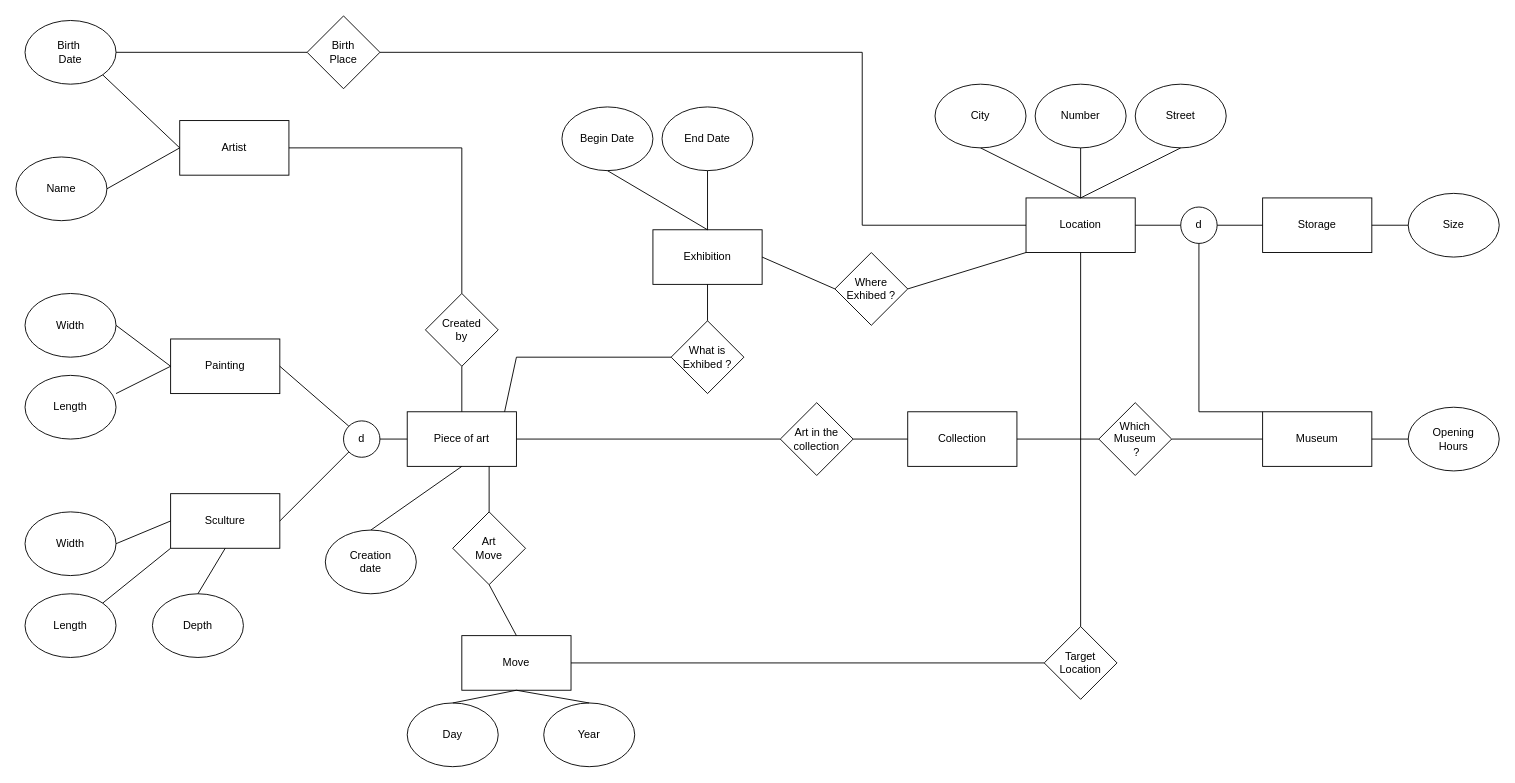
The draw.io diagram q1/erchen-p1.drawio in Arthur-Gallez/db-p1, before the edit. Source tidied: cells renumbered, new cells numbered last; positions are measured from the earlier drawing's top-left corner, leaving out a move shared by most shapes. Both pictures are drawn from the tidied source at 91%, with x=0, y=0 at pixel (15, 15).
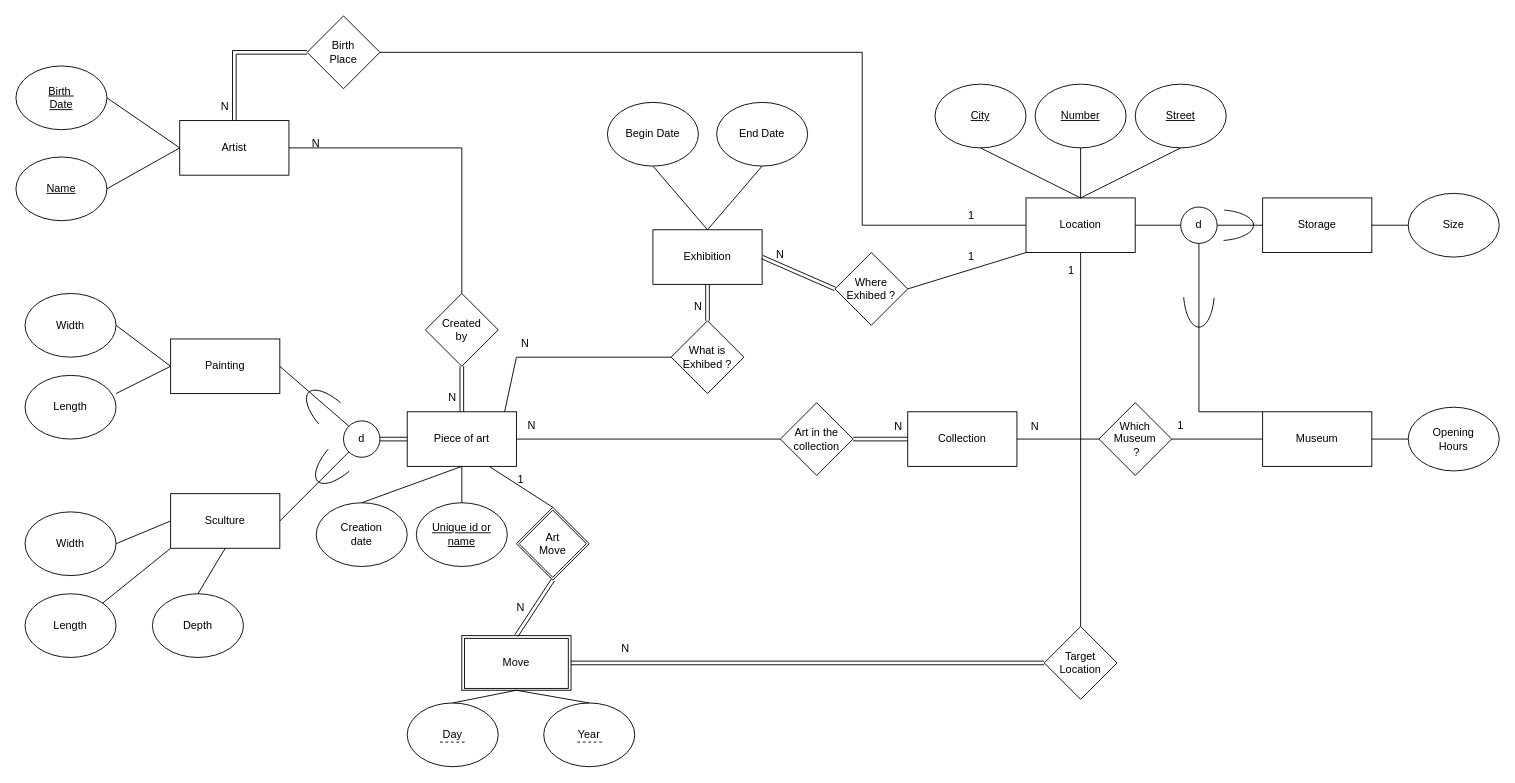
The same diagram, later.

Commit message:
Mettre à jour erchen-p1.drawio

Unchanged cells that the change refers to:
```xml
<mxCell id="2" value="Artist" style="rounded=0;whiteSpace=wrap;html=1;" parent="1" vertex="1">
  <mxGeometry x="180" y="115" width="120" height="60" as="geometry" />
</mxCell>
<mxCell id="3" value="&lt;div&gt;Piece of art&lt;/div&gt;" style="rounded=0;whiteSpace=wrap;html=1;" parent="1" vertex="1">
  <mxGeometry x="430" y="435" width="120" height="60" as="geometry" />
</mxCell>
<mxCell id="6" value="Move" style="rounded=0;whiteSpace=wrap;html=1;" parent="1" vertex="1">
  <mxGeometry x="490" y="681" width="120" height="60" as="geometry" />
</mxCell>
<mxCell id="8" value="Exhibition" style="rounded=0;whiteSpace=wrap;html=1;" parent="1" vertex="1">
  <mxGeometry x="700" y="235" width="120" height="60" as="geometry" />
</mxCell>
<mxCell id="9" value="Collection" style="rounded=0;whiteSpace=wrap;html=1;" parent="1" vertex="1">
  <mxGeometry x="980" y="435" width="120" height="60" as="geometry" />
</mxCell>
<mxCell id="13" value="&lt;div&gt;Birth&lt;/div&gt;&lt;div&gt;Place&lt;br&gt;&lt;/div&gt;" style="rhombus;whiteSpace=wrap;html=1;" parent="1" vertex="1">
  <mxGeometry x="320" width="80" height="80" as="geometry" />
</mxCell>
<mxCell id="33" value="d" style="ellipse;whiteSpace=wrap;html=1;" parent="1" vertex="1">
  <mxGeometry x="360" y="445" width="40" height="40" as="geometry" />
</mxCell>
<mxCell id="41" value="Target Location" style="rhombus;whiteSpace=wrap;html=1;" parent="1" vertex="1">
  <mxGeometry x="1130" y="671" width="80" height="80" as="geometry" />
</mxCell>
<mxCell id="43" value="&lt;div&gt;Created&lt;/div&gt;&lt;div&gt;by&lt;br&gt;&lt;/div&gt;" style="rhombus;whiteSpace=wrap;html=1;" parent="1" vertex="1">
  <mxGeometry x="450" y="305" width="80" height="80" as="geometry" />
</mxCell>
<mxCell id="62" value="Art in the collection" style="rhombus;whiteSpace=wrap;html=1;" parent="1" vertex="1">
  <mxGeometry x="840" y="425" width="80" height="80" as="geometry" />
</mxCell>
<mxCell id="72" value="&lt;div&gt;What is &lt;br&gt;&lt;/div&gt;&lt;div&gt;Exhibed ?&lt;br&gt;&lt;/div&gt;" style="rhombus;whiteSpace=wrap;html=1;" parent="1" vertex="1">
  <mxGeometry x="720" y="335" width="80" height="80" as="geometry" />
</mxCell>
<mxCell id="75" value="&lt;div&gt;Where&lt;/div&gt;&lt;div&gt;Exhibed ?&lt;br&gt;&lt;/div&gt;" style="rhombus;whiteSpace=wrap;html=1;" parent="1" vertex="1">
  <mxGeometry x="900" y="260" width="80" height="80" as="geometry" />
</mxCell>
```

The edit, as a diff of the source:
```diff
@@
-    <mxCell id="12" value="&lt;div&gt;Birth&amp;nbsp;&lt;/div&gt;&lt;div&gt;Date&lt;/div&gt;" style="ellipse;whiteSpace=wrap;html=1;" parent="1" vertex="1">
-      <mxGeometry x="10" y="5" width="100" height="70" as="geometry" />
+    <mxCell id="12" value="&lt;div&gt;Birth&amp;nbsp;&lt;/div&gt;&lt;div&gt;Date&lt;/div&gt;" style="ellipse;whiteSpace=wrap;html=1;fontStyle=4;" parent="1" vertex="1">
+      <mxGeometry y="55" width="100" height="70" as="geometry" />
     </mxCell>
@@
-    <mxCell id="14" value="Name" style="ellipse;whiteSpace=wrap;html=1;" parent="1" vertex="1">
+    <mxCell id="14" value="Name" style="ellipse;whiteSpace=wrap;html=1;fontStyle=4;" parent="1" vertex="1">
       <mxGeometry y="155" width="100" height="70" as="geometry" />
     </mxCell>
-    <mxCell id="15" value="City" style="ellipse;whiteSpace=wrap;html=1;" parent="1" vertex="1">
+    <mxCell id="15" value="City" style="ellipse;whiteSpace=wrap;html=1;fontStyle=4;" parent="1" vertex="1">
       <mxGeometry x="1010" y="75" width="100" height="70" as="geometry" />
     </mxCell>
-    <mxCell id="16" value="Number" style="ellipse;whiteSpace=wrap;html=1;" parent="1" vertex="1">
+    <mxCell id="16" value="Number" style="ellipse;whiteSpace=wrap;html=1;fontStyle=4;" parent="1" vertex="1">
       <mxGeometry x="1120" y="75" width="100" height="70" as="geometry" />
     </mxCell>
-    <mxCell id="17" value="Street" style="ellipse;whiteSpace=wrap;html=1;" parent="1" vertex="1">
+    <mxCell id="17" value="Street" style="ellipse;whiteSpace=wrap;html=1;fontStyle=4;" parent="1" vertex="1">
       <mxGeometry x="1230" y="75" width="100" height="70" as="geometry" />
     </mxCell>
@@
-    <mxCell id="23" style="endArrow=none;html=1;rounded=0;exitX=0;exitY=0.5;exitDx=0;exitDy=0;entryX=1;entryY=1;entryDx=0;entryDy=0;" parent="1" edge="1" source="2" target="12">
+    <mxCell id="23" style="endArrow=none;html=1;rounded=0;exitX=0;exitY=0.5;exitDx=0;exitDy=0;entryX=1;entryY=0.5;entryDx=0;entryDy=0;" parent="1" edge="1" source="2" target="12">
       <mxGeometry relative="1" as="geometry" />
     </mxCell>
@@
-    <mxCell id="34" style="endArrow=none;html=1;rounded=0;entryX=0;entryY=0.5;entryDx=0;entryDy=0;exitX=1;exitY=0.5;exitDx=0;exitDy=0;" parent="1" edge="1" source="33" target="3">
+    <mxCell id="34" style="endArrow=none;html=1;rounded=0;entryX=0;entryY=0.5;entryDx=0;entryDy=0;exitX=1;exitY=0.5;exitDx=0;exitDy=0;shape=link;" parent="1" edge="1" source="33" target="3">
       <mxGeometry relative="1" as="geometry" />
     </mxCell>
@@
-    <mxCell id="37" style="endArrow=none;html=1;rounded=0;exitX=1;exitY=0.5;exitDx=0;exitDy=0;entryX=0;entryY=0.5;entryDx=0;entryDy=0;" parent="1" edge="1" source="12" target="13">
-      <mxGeometry relative="1" as="geometry" />
+    <mxCell id="37" style="endArrow=none;html=1;rounded=0;exitX=0.5;exitY=0;exitDx=0;exitDy=0;entryX=0;entryY=0.5;entryDx=0;entryDy=0;shape=link;" parent="1" edge="1" source="2" target="13">
+      <mxGeometry relative="1" as="geometry">
+        <Array as="points">
+          <mxPoint x="240" y="40" />
+        </Array>
+      </mxGeometry>
     </mxCell>
     <mxCell id="38" value="&lt;div&gt;Art&lt;/div&gt;&lt;div&gt;Move&lt;br&gt;&lt;/div&gt;" style="rhombus;whiteSpace=wrap;html=1;" parent="1" vertex="1">
-      <mxGeometry x="480" y="545" width="80" height="80" as="geometry" />
+      <mxGeometry x="550" y="540" width="80" height="80" as="geometry" />
     </mxCell>
@@
-    <mxCell id="40" style="endArrow=none;html=1;rounded=0;exitX=0.5;exitY=0;exitDx=0;exitDy=0;entryX=0.5;entryY=1;entryDx=0;entryDy=0;" parent="1" edge="1" source="6" target="38">
+    <mxCell id="40" style="endArrow=none;html=1;rounded=0;exitX=0.5;exitY=0;exitDx=0;exitDy=0;entryX=0.5;entryY=1;entryDx=0;entryDy=0;shape=link;" parent="1" edge="1" source="6" target="38">
       <mxGeometry relative="1" as="geometry" />
     </mxCell>
@@
-    <mxCell id="42" style="endArrow=none;html=1;rounded=0;exitX=1;exitY=0.5;exitDx=0;exitDy=0;entryX=0;entryY=0.5;entryDx=0;entryDy=0;" parent="1" edge="1" source="6" target="41">
+    <mxCell id="42" style="endArrow=none;html=1;rounded=0;exitX=1;exitY=0.5;exitDx=0;exitDy=0;entryX=0;entryY=0.5;entryDx=0;entryDy=0;shape=link;" parent="1" edge="1" source="6" target="41">
       <mxGeometry relative="1" as="geometry" />
     </mxCell>
@@
-    <mxCell id="45" style="endArrow=none;html=1;rounded=0;entryX=0.5;entryY=1;entryDx=0;entryDy=0;exitX=0.5;exitY=0;exitDx=0;exitDy=0;" parent="1" edge="1" source="3" target="43">
+    <mxCell id="45" style="endArrow=none;html=1;rounded=0;entryX=0.5;entryY=1;entryDx=0;entryDy=0;exitX=0.5;exitY=0;exitDx=0;exitDy=0;shape=link;" parent="1" edge="1" source="3" target="43">
       <mxGeometry relative="1" as="geometry" />
     </mxCell>
@@
     <mxCell id="48" value="&lt;div&gt;Creation&lt;/div&gt;&lt;div&gt;date&lt;br&gt;&lt;/div&gt;" style="ellipse;whiteSpace=wrap;html=1;" parent="1" vertex="1">
-      <mxGeometry x="340" y="565" width="100" height="70" as="geometry" />
+      <mxGeometry x="330" y="535" width="100" height="70" as="geometry" />
     </mxCell>
@@
-    <mxCell id="63" style="endArrow=none;html=1;rounded=0;exitX=0;exitY=0.5;exitDx=0;exitDy=0;entryX=1;entryY=0.5;entryDx=0;entryDy=0;" parent="1" edge="1" source="9" target="62">
+    <mxCell id="63" style="endArrow=none;html=1;rounded=0;exitX=0;exitY=0.5;exitDx=0;exitDy=0;entryX=1;entryY=0.5;entryDx=0;entryDy=0;shape=link;" parent="1" edge="1" source="9" target="62">
       <mxGeometry relative="1" as="geometry" />
     </mxCell>
@@
     <mxCell id="68" value="Begin Date" style="ellipse;whiteSpace=wrap;html=1;" parent="1" vertex="1">
-      <mxGeometry x="600" y="100" width="100" height="70" as="geometry" />
+      <mxGeometry x="650" y="95" width="100" height="70" as="geometry" />
     </mxCell>
     <mxCell id="69" value="End Date" style="ellipse;whiteSpace=wrap;html=1;" parent="1" vertex="1">
-      <mxGeometry x="710" y="100" width="100" height="70" as="geometry" />
+      <mxGeometry x="770" y="95" width="100" height="70" as="geometry" />
     </mxCell>
@@
-    <mxCell id="73" style="endArrow=none;html=1;rounded=0;exitX=0.5;exitY=0;exitDx=0;exitDy=0;entryX=0.5;entryY=1;entryDx=0;entryDy=0;" parent="1" edge="1" source="72" target="8">
+    <mxCell id="73" style="endArrow=none;html=1;rounded=0;exitX=0.5;exitY=0;exitDx=0;exitDy=0;entryX=0.5;entryY=1;entryDx=0;entryDy=0;shape=link;" parent="1" edge="1" source="72" target="8">
       <mxGeometry relative="1" as="geometry" />
     </mxCell>
@@
-    <mxCell id="76" style="endArrow=none;html=1;rounded=0;entryX=0;entryY=0.5;entryDx=0;entryDy=0;exitX=1;exitY=0.5;exitDx=0;exitDy=0;" parent="1" edge="1" source="8" target="75">
+    <mxCell id="76" style="endArrow=none;html=1;rounded=0;entryX=0;entryY=0.5;entryDx=0;entryDy=0;exitX=1;exitY=0.5;exitDx=0;exitDy=0;shape=link;" parent="1" edge="1" source="8" target="75">
       <mxGeometry relative="1" as="geometry" />
     </mxCell>
@@
+    <mxCell id="78" style="verticalLabelPosition=bottom;verticalAlign=top;html=1;shape=mxgraph.basic.arc;startAngle=0.5314164790945005;endAngle=0.9716556285507453;rotation=-90;" parent="1" vertex="1">
+      <mxGeometry x="1260" y="285" width="80" height="34" as="geometry" />
+    </mxCell>
+    <mxCell id="79" style="verticalLabelPosition=bottom;verticalAlign=top;html=1;shape=mxgraph.basic.arc;startAngle=0.5314164790945005;endAngle=0.9716556285507453;rotation=-180;" parent="1" vertex="1">
+      <mxGeometry x="1280" y="213" width="80" height="34" as="geometry" />
+    </mxCell>
+    <mxCell id="80" style="verticalLabelPosition=bottom;verticalAlign=top;html=1;shape=mxgraph.basic.arc;startAngle=0.5314164790945005;endAngle=0.9716556285507453;rotation=45;" parent="1" vertex="1">
+      <mxGeometry x="310" y="425" width="80" height="34" as="geometry" />
+    </mxCell>
+    <mxCell id="81" style="verticalLabelPosition=bottom;verticalAlign=top;html=1;shape=mxgraph.basic.arc;startAngle=0.5314164790945005;endAngle=0.9716556285507453;rotation=-45;" parent="1" vertex="1">
+      <mxGeometry x="320" y="466" width="80" height="34" as="geometry" />
+    </mxCell>
+    <mxCell id="82" style="rounded=0;whiteSpace=wrap;html=1;fillColor=none;" parent="1" vertex="1">
+      <mxGeometry x="493" y="684" width="114" height="55" as="geometry" />
+    </mxCell>
+    <mxCell id="83" style="endArrow=none;dashed=1;html=1;rounded=0;" parent="1" edge="1">
+      <mxGeometry relative="1" as="geometry">
+        <mxPoint x="466" y="798" as="sourcePoint" />
+        <mxPoint x="496" y="798" as="targetPoint" />
+      </mxGeometry>
+    </mxCell>
+    <mxCell id="84" style="endArrow=none;dashed=1;html=1;rounded=0;" parent="1" edge="1">
+      <mxGeometry relative="1" as="geometry">
+        <mxPoint x="617" y="798" as="sourcePoint" />
+        <mxPoint x="647" y="798" as="targetPoint" />
+      </mxGeometry>
+    </mxCell>
+    <mxCell id="85" value="&lt;div&gt;&lt;br&gt;&lt;/div&gt;" style="rhombus;whiteSpace=wrap;html=1;fillColor=none;" parent="1" vertex="1">
+      <mxGeometry x="553" y="543" width="74" height="74" as="geometry" />
+    </mxCell>
+    <mxCell id="86" value="N" style="text;html=1;align=center;verticalAlign=middle;whiteSpace=wrap;rounded=0;" parent="1" vertex="1">
+      <mxGeometry x="300" y="125" width="60" height="30" as="geometry" />
+    </mxCell>
+    <mxCell id="87" value="N" style="text;html=1;align=center;verticalAlign=middle;whiteSpace=wrap;rounded=0;" parent="1" vertex="1">
+      <mxGeometry x="450" y="405" width="60" height="30" as="geometry" />
+    </mxCell>
+    <mxCell id="88" value="N" style="text;html=1;align=center;verticalAlign=middle;whiteSpace=wrap;rounded=0;" parent="1" vertex="1">
+      <mxGeometry x="220" y="85" width="20" height="30" as="geometry" />
+    </mxCell>
+    <mxCell id="89" value="1" style="text;html=1;align=center;verticalAlign=middle;whiteSpace=wrap;rounded=0;" parent="1" vertex="1">
+      <mxGeometry x="1040" y="205" width="20" height="30" as="geometry" />
+    </mxCell>
+    <mxCell id="90" value="N" style="text;html=1;align=center;verticalAlign=middle;whiteSpace=wrap;rounded=0;" parent="1" vertex="1">
+      <mxGeometry x="557" y="435" width="20" height="30" as="geometry" />
+    </mxCell>
+    <mxCell id="91" value="N" style="text;html=1;align=center;verticalAlign=middle;whiteSpace=wrap;rounded=0;" parent="1" vertex="1">
+      <mxGeometry x="960" y="436" width="20" height="30" as="geometry" />
+    </mxCell>
+    <mxCell id="92" value="N" style="text;html=1;align=center;verticalAlign=middle;whiteSpace=wrap;rounded=0;" parent="1" vertex="1">
+      <mxGeometry x="1110" y="436" width="20" height="30" as="geometry" />
+    </mxCell>
+    <mxCell id="93" value="1" style="text;html=1;align=center;verticalAlign=middle;whiteSpace=wrap;rounded=0;" parent="1" vertex="1">
+      <mxGeometry x="1270" y="435" width="20" height="30" as="geometry" />
+    </mxCell>
+    <mxCell id="94" value="N" style="text;html=1;align=center;verticalAlign=middle;whiteSpace=wrap;rounded=0;" parent="1" vertex="1">
+      <mxGeometry x="550" y="345" width="20" height="30" as="geometry" />
+    </mxCell>
+    <mxCell id="95" value="N" style="text;html=1;align=center;verticalAlign=middle;whiteSpace=wrap;rounded=0;" parent="1" vertex="1">
+      <mxGeometry x="740" y="305" width="20" height="30" as="geometry" />
+    </mxCell>
+    <mxCell id="96" value="N" style="text;html=1;align=center;verticalAlign=middle;whiteSpace=wrap;rounded=0;" parent="1" vertex="1">
+      <mxGeometry x="830" y="247" width="20" height="30" as="geometry" />
+    </mxCell>
+    <mxCell id="97" value="1" style="text;html=1;align=center;verticalAlign=middle;whiteSpace=wrap;rounded=0;" parent="1" vertex="1">
+      <mxGeometry x="1040" y="250" width="20" height="30" as="geometry" />
+    </mxCell>
+    <mxCell id="98" value="N" style="text;html=1;align=center;verticalAlign=middle;whiteSpace=wrap;rounded=0;" parent="1" vertex="1">
+      <mxGeometry x="545" y="635" width="20" height="30" as="geometry" />
+    </mxCell>
+    <mxCell id="99" value="1" style="text;html=1;align=center;verticalAlign=middle;whiteSpace=wrap;rounded=0;" parent="1" vertex="1">
+      <mxGeometry x="545" y="495" width="20" height="30" as="geometry" />
+    </mxCell>
+    <mxCell id="100" value="N" style="text;html=1;align=center;verticalAlign=middle;whiteSpace=wrap;rounded=0;" parent="1" vertex="1">
+      <mxGeometry x="660" y="681" width="20" height="30" as="geometry" />
+    </mxCell>
+    <mxCell id="101" value="1" style="text;html=1;align=center;verticalAlign=middle;whiteSpace=wrap;rounded=0;" parent="1" vertex="1">
+      <mxGeometry x="1150" y="265" width="20" height="30" as="geometry" />
+    </mxCell>
+    <mxCell id="102" value="Unique id or name" style="ellipse;whiteSpace=wrap;html=1;fontStyle=4;" parent="1" vertex="1">
+      <mxGeometry x="440" y="535" width="100" height="70" as="geometry" />
+    </mxCell>
+    <mxCell id="103" style="endArrow=none;html=1;rounded=0;exitX=0.5;exitY=0;exitDx=0;exitDy=0;entryX=0.5;entryY=1;entryDx=0;entryDy=0;" parent="1" edge="1" source="102" target="3">
+      <mxGeometry relative="1" as="geometry" />
+    </mxCell>
```
